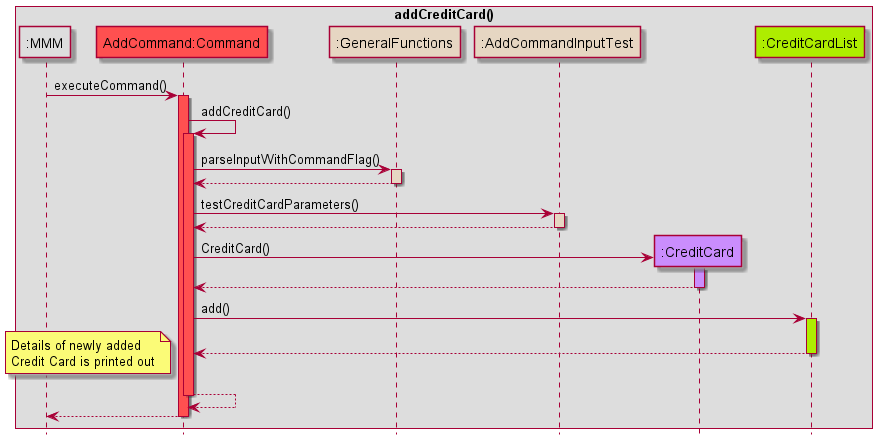
Before: docs/images/AddCreditCardSequence_Diagram.png, a diagram exported from PlantUML (nus-cs2113-AY2122S2/tp). Its diagram source:
```plantuml
@startuml
!include Style.puml

box addCreditCard()
participant ":MMM" as MMM MMM_COLOUR
participant "AddCommand:Command" as AddCommand COMMANDS_COLOUR
participant ":GeneralFunctions" as GeneralFunctions HELPER_COLOUR
participant ":AddCommandInputTest" as AddCommandInputTest HELPER_COLOUR
participant ":CreditCard" as CreditCard USERFINANCIAL_COLOUR
participant ":CreditCardList" as CreditCardList DATA_COLOUR

end box
hide footbox
MMM -> AddCommand: executeCommand()
activate AddCommand COMMANDS_COLOUR

AddCommand -> AddCommand: addCreditCard()
activate AddCommand COMMANDS_COLOUR

AddCommand -> GeneralFunctions: parseInputWithCommandFlag()
activate GeneralFunctions HELPER_COLOUR
GeneralFunctions --> AddCommand
deactivate GeneralFunctions

AddCommand -> AddCommandInputTest: testCreditCardParameters()
activate AddCommandInputTest HELPER_COLOUR

AddCommandInputTest --> AddCommand
deactivate AddCommandInputTest

create CreditCard
AddCommand -> CreditCard: CreditCard()
activate CreditCard USERFINANCIAL_COLOUR
CreditCard --> AddCommand
deactivate CreditCard

AddCommand -> CreditCardList: add()
activate CreditCardList DATA_COLOUR
CreditCardList --> AddCommand
deactivate CreditCardList

note left
Details of newly added
Credit Card is printed out
end note

AddCommand --> AddCommand:
deactivate AddCommand
AddCommand --> MMM:
deactivate AddCommand
@enduml
```
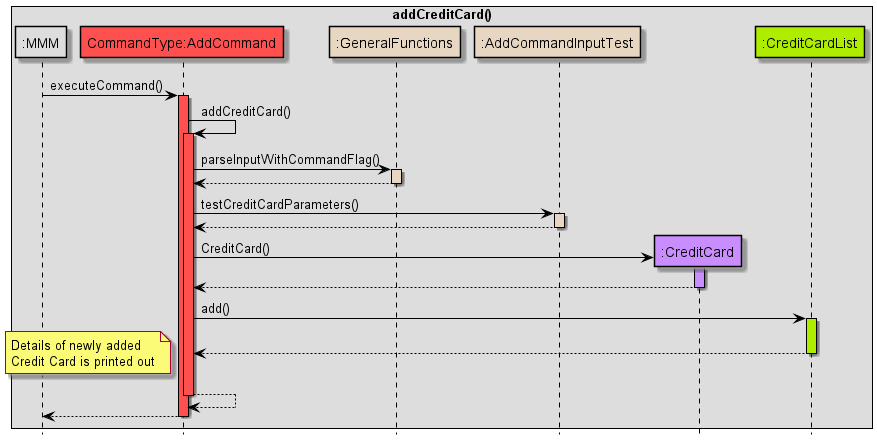
After the commit.

What changed in the source:
```diff
@@ -1,9 +1,16 @@
 @startuml
 !include Style.puml
 
+skinparam sequence {
+ArrowColor black
+participantBorderColor black
+LifelineBorderColor black
+boxBorderColor black
+}
+
 box addCreditCard()
 participant ":MMM" as MMM MMM_COLOUR
-participant "AddCommand:Command" as AddCommand COMMANDS_COLOUR
+participant "CommandType:AddCommand" as AddCommand COMMANDS_COLOUR
 participant ":GeneralFunctions" as GeneralFunctions HELPER_COLOUR
 participant ":AddCommandInputTest" as AddCommandInputTest HELPER_COLOUR
 participant ":CreditCard" as CreditCard USERFINANCIAL_COLOUR
```
